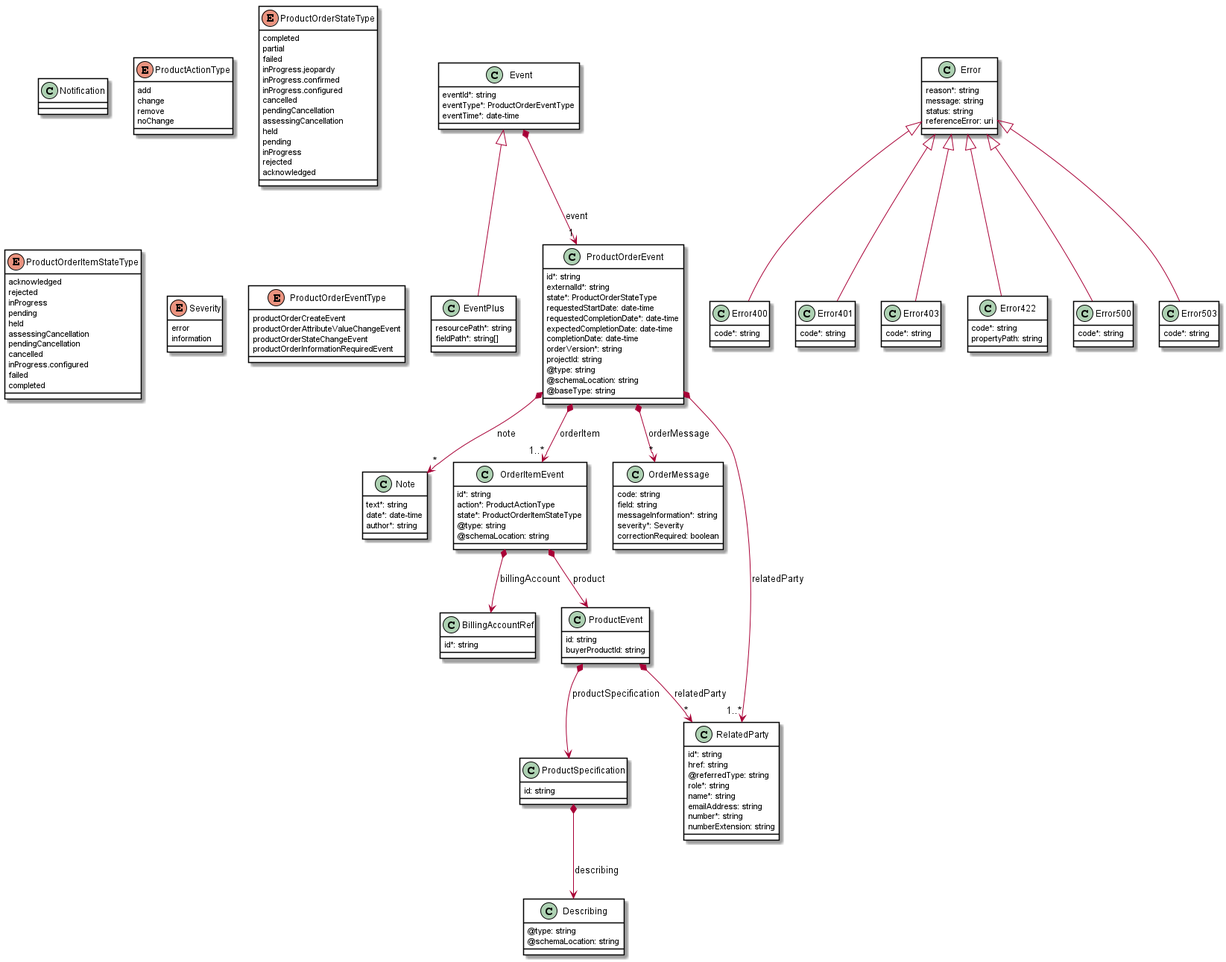
The PlantUML diagram doc/uml/productOrderNotification.api.png in MEF-GIT/MEF-LSO-Sonata-SDK, before a commit. The source it was exported from:
```plantuml
@startuml
skinparam {
    ClassBackgroundColor White
    ClassBorderColor Black
}

class BillingAccountRef {

    id*: string
}



class Describing {

    @type: string
    @schemaLocation: string
}



class Error400 {

    code*: string
}
Error <|-- Error400



class Error401 {

    code*: string
}
Error <|-- Error401



class Error403 {

    code*: string
}
Error <|-- Error403



class Error422 {

    code*: string
    propertyPath: string
}
Error <|-- Error422



class Error500 {

    code*: string
}
Error <|-- Error500



class Error503 {

    code*: string
}
Error <|-- Error503



class Error {

    reason*: string
    message: string
    status: string
    referenceError: uri
}



class EventPlus {

    resourcePath*: string
    fieldPath*: string[]
}
Event <|-- EventPlus



class Event {

    eventId*: string
    eventType*: ProductOrderEventType
    eventTime*: date-time
}

Event *-->"1" ProductOrderEvent : event


class Note {

    text*: string
    date*: date-time
    author*: string
}



class Notification {

}



class OrderItemEvent {

    id*: string
    action*: ProductActionType
    state*: ProductOrderItemStateType
    @type: string
    @schemaLocation: string
}

OrderItemEvent *--> BillingAccountRef : billingAccount
OrderItemEvent *--> ProductEvent : product


class OrderMessage {

    code: string
    field: string
    messageInformation*: string
    severity*: Severity
    correctionRequired: boolean
}



class ProductEvent {

    id: string
    buyerProductId: string
}

ProductEvent *--> ProductSpecification : productSpecification
ProductEvent *-->"*" RelatedParty : relatedParty


class ProductOrderEvent {

    id*: string
    externalId*: string
    state*: ProductOrderStateType
    requestedStartDate: date-time
    requestedCompletionDate*: date-time
    expectedCompletionDate: date-time
    completionDate: date-time
    orderVersion*: string
    projectId: string
    @type: string
    @schemaLocation: string
    @baseType: string
}

ProductOrderEvent *-->"1..*" RelatedParty : relatedParty
ProductOrderEvent *-->"*" Note : note
ProductOrderEvent *-->"1..*" OrderItemEvent : orderItem
ProductOrderEvent *-->"*" OrderMessage : orderMessage


class ProductSpecification {

    id: string
}

ProductSpecification *--> Describing : describing


class RelatedParty {

    id*: string
    href: string
    @referredType: string
    role*: string
    name*: string
    emailAddress: string
    number*: string
    numberExtension: string
}



enum ProductActionType {

    add
    change
    remove
    noChange
}
enum ProductOrderStateType {

    completed
    partial
    failed
    inProgress.jeopardy
    inProgress.confirmed
    inProgress.configured
    cancelled
    pendingCancellation
    assessingCancellation
    held
    pending
    inProgress
    rejected
    acknowledged
}
enum ProductOrderItemStateType {

    acknowledged
    rejected
    inProgress
    pending
    held
    assessingCancellation
    pendingCancellation
    cancelled
    inProgress.configured
    failed
    completed
}
enum Severity {

    error
    information
}
enum ProductOrderEventType {

    productOrderCreateEvent
    productOrderAttributeValueChangeEvent
    productOrderStateChangeEvent
    productOrderInformationRequiredEvent
}
@enduml
```
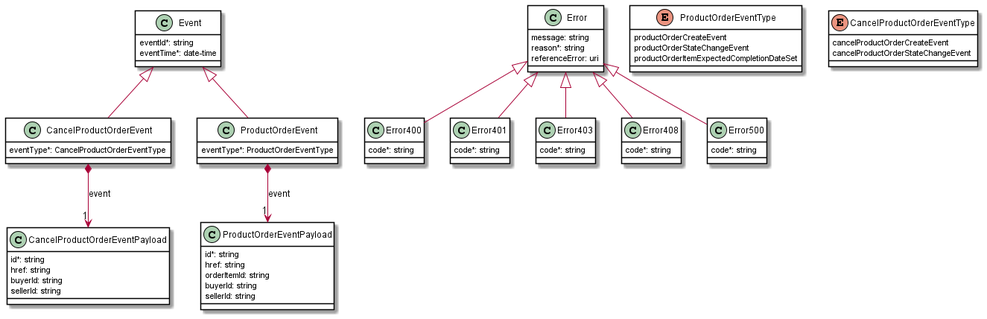
The same diagram one commit later.

The edit, as a diff of the source:
```diff
@@ -4,17 +4,21 @@
     ClassBorderColor Black
 }
 
-class BillingAccountRef {
+class CancelProductOrderEvent {
+
+    eventType*: CancelProductOrderEventType
+}
+Event <|-- CancelProductOrderEvent
+
+CancelProductOrderEvent *-->"1" CancelProductOrderEventPayload : event
+
+
+class CancelProductOrderEventPayload {
 
     id*: string
-}
-
-
-
-class Describing {
-
-    @type: string
-    @schemaLocation: string
+    href: string
+    buyerId: string
+    sellerId: string
 }
 
 
@@ -43,12 +47,11 @@
 
 
 
-class Error422 {
+class Error408 {
 
     code*: string
-    propertyPath: string
 }
-Error <|-- Error422
+Error <|-- Error408
 
 
 
@@ -60,184 +63,52 @@
 
 
 
-class Error503 {
-
-    code*: string
-}
-Error <|-- Error503
-
-
-
 class Error {
 
+    message: string
     reason*: string
-    message: string
-    status: string
     referenceError: uri
 }
 
 
 
-class EventPlus {
+class ProductOrderEvent {
 
-    resourcePath*: string
-    fieldPath*: string[]
+    eventType*: ProductOrderEventType
 }
-Event <|-- EventPlus
+Event <|-- ProductOrderEvent
 
+ProductOrderEvent *-->"1" ProductOrderEventPayload : event
 
 
 class Event {
 
     eventId*: string
-    eventType*: ProductOrderEventType
     eventTime*: date-time
-}
-
-Event *-->"1" ProductOrderEvent : event
-
-
-class Note {
-
-    text*: string
-    date*: date-time
-    author*: string
 }
 
 
 
-class Notification {
+class ProductOrderEventPayload {
 
+    id*: string
+    href: string
+    orderItemId: string
+    buyerId: string
+    sellerId: string
 }
 
 
 
-class OrderItemEvent {
-
-    id*: string
-    action*: ProductActionType
-    state*: ProductOrderItemStateType
-    @type: string
-    @schemaLocation: string
-}
-
-OrderItemEvent *--> BillingAccountRef : billingAccount
-OrderItemEvent *--> ProductEvent : product
-
-
-class OrderMessage {
-
-    code: string
-    field: string
-    messageInformation*: string
-    severity*: Severity
-    correctionRequired: boolean
-}
-
-
-
-class ProductEvent {
-
-    id: string
-    buyerProductId: string
-}
-
-ProductEvent *--> ProductSpecification : productSpecification
-ProductEvent *-->"*" RelatedParty : relatedParty
-
-
-class ProductOrderEvent {
-
-    id*: string
-    externalId*: string
-    state*: ProductOrderStateType
-    requestedStartDate: date-time
-    requestedCompletionDate*: date-time
-    expectedCompletionDate: date-time
-    completionDate: date-time
-    orderVersion*: string
-    projectId: string
-    @type: string
-    @schemaLocation: string
-    @baseType: string
-}
-
-ProductOrderEvent *-->"1..*" RelatedParty : relatedParty
-ProductOrderEvent *-->"*" Note : note
-ProductOrderEvent *-->"1..*" OrderItemEvent : orderItem
-ProductOrderEvent *-->"*" OrderMessage : orderMessage
-
-
-class ProductSpecification {
-
-    id: string
-}
-
-ProductSpecification *--> Describing : describing
-
-
-class RelatedParty {
-
-    id*: string
-    href: string
-    @referredType: string
-    role*: string
-    name*: string
-    emailAddress: string
-    number*: string
-    numberExtension: string
-}
-
-
-
-enum ProductActionType {
-
-    add
-    change
-    remove
-    noChange
-}
-enum ProductOrderStateType {
-
-    completed
-    partial
-    failed
-    inProgress.jeopardy
-    inProgress.confirmed
-    inProgress.configured
-    cancelled
-    pendingCancellation
-    assessingCancellation
-    held
-    pending
-    inProgress
-    rejected
-    acknowledged
-}
-enum ProductOrderItemStateType {
-
-    acknowledged
-    rejected
-    inProgress
-    pending
-    held
-    assessingCancellation
-    pendingCancellation
-    cancelled
-    inProgress.configured
-    failed
-    completed
-}
-enum Severity {
-
-    error
-    information
-}
 enum ProductOrderEventType {
 
     productOrderCreateEvent
-    productOrderAttributeValueChangeEvent
     productOrderStateChangeEvent
-    productOrderInformationRequiredEvent
+    productOrderItemExpectedCompletionDateSet
+}
+enum CancelProductOrderEventType {
+
+    cancelProductOrderCreateEvent
+    cancelProductOrderStateChangeEvent
 }
 @enduml
```
